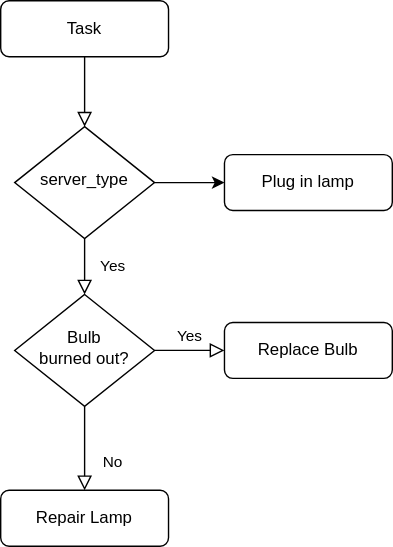
This is 2020/03/06/hello-world/Untitled Diagram.svg from ChihW/ChihW.github.io, a draw.io export, as it was before one commit. Source tidied: cells renumbered, new cells last; positions are measured from the earlier drawing's top-left corner, leaving out a move shared by most shapes.
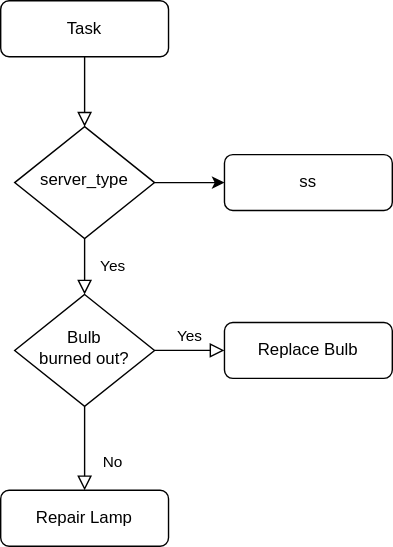
After the change.

The edit, as a diff of the source:
```diff
@@ -17,7 +17,7 @@
     <mxCell id="6" value="server_type" style="rhombus;whiteSpace=wrap;html=1;shadow=0;fontFamily=Helvetica;fontSize=12;align=center;strokeWidth=1;spacing=6;spacingTop=-4;" parent="1" vertex="1">
       <mxGeometry x="10" y="90" width="100" height="80" as="geometry" />
     </mxCell>
-    <mxCell id="7" value="Plug in lamp" style="rounded=1;whiteSpace=wrap;html=1;fontSize=12;glass=0;strokeWidth=1;shadow=0;" parent="1" vertex="1">
+    <mxCell id="7" value="ss" style="rounded=1;whiteSpace=wrap;html=1;fontSize=12;glass=0;strokeWidth=1;shadow=0;" parent="1" vertex="1">
       <mxGeometry x="160" y="110" width="120" height="40" as="geometry" />
     </mxCell>
     <mxCell id="8" value="No" style="rounded=0;html=1;jettySize=auto;fontSize=11;endArrow=block;endFill=0;endSize=8;strokeWidth=1;shadow=0;labelBackgroundColor=none;edgeStyle=orthogonalEdgeStyle;" parent="1" edge="1" source="10" target="11">
```
